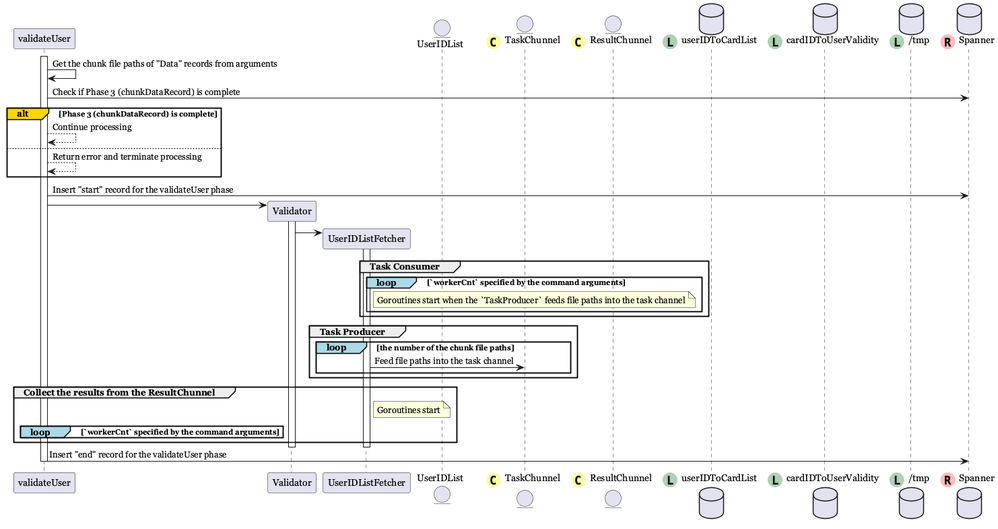
Earlier version of the PlantUML export en_validate_user.png (norun9/uml).
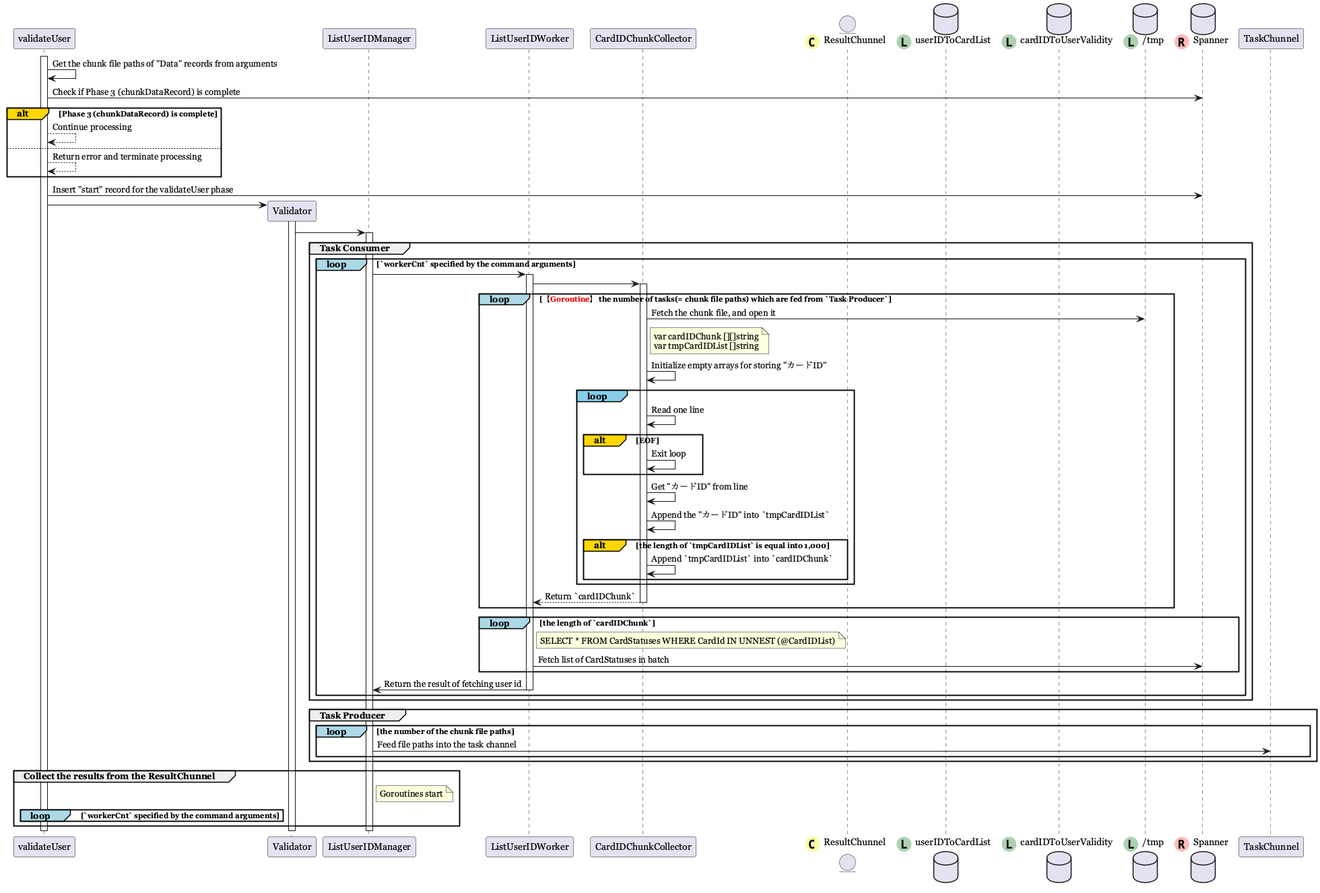
The same diagram one commit later.

Commit message:
once comit

The edit, as a diff of the source:
```diff
@@ -2,10 +2,9 @@
 skinparam defaultFontName Georgia
 participant validateUser
 participant Validator
-participant UserIDListFetcher
-
-entity UserIDList
-entity TaskChunnel << (C, #f8fca4) >>
+participant ListUserIDManager
+participant ListUserIDWorker
+participant CardIDChunkCollector
 entity ResultChunnel << (C, #f8fca4) >>
 
 database userIDToCardList << (L, #ADD1B2) >>
@@ -27,35 +26,60 @@
 validateUser -> Validator
 activate Validator
 
-create UserIDListFetcher
-
-Validator -> UserIDListFetcher
-activate UserIDListFetcher
+Validator -> ListUserIDManager
+activate ListUserIDManager
 group Task Consumer
     loop#LightBlue `workerCnt` specified by the command arguments
-        note right of UserIDListFetcher: Goroutines start when the `TaskProducer` feeds file paths into the task channel
+        ListUserIDManager -> ListUserIDWorker
+        activate ListUserIDWorker
+        ListUserIDWorker -> CardIDChunkCollector
+
+        loop#LightBlue 【<font color=red>Goroutine</font>】 the number of tasks(= chunk file paths) which are fed from `Task Producer`
+            activate CardIDChunkCollector
+            CardIDChunkCollector -> tmp: Fetch the chunk file, and open it
+
+            note right of CardIDChunkCollector : var cardIDChunk [][]string\nvar tmpCardIDList []string
+            CardIDChunkCollector -> CardIDChunkCollector: Initialize empty arrays for storing "カードID"
+            loop#SkyBlue
+                CardIDChunkCollector -> CardIDChunkCollector: Read one line
+                alt#Gold EOF
+                    CardIDChunkCollector -> CardIDChunkCollector: Exit loop
+                end
+                CardIDChunkCollector -> CardIDChunkCollector: Get "カードID" from line
+                CardIDChunkCollector -> CardIDChunkCollector: Append the "カードID" into `tmpCardIDList`
+                alt#Gold the length of `tmpCardIDList` is equal into 1,000
+                    CardIDChunkCollector -> CardIDChunkCollector: Append `tmpCardIDList` into `cardIDChunk`
+                end
+            end
+            CardIDChunkCollector --> ListUserIDWorker: Return `cardIDChunk`
+            deactivate CardIDChunkCollector
+        end
+        loop#LightBlue the length of `cardIDChunk`
+            note right of ListUserIDWorker: SELECT * FROM CardStatuses WHERE CardId IN UNNEST (@CardIDList)
+            ListUserIDWorker -> Spanner: Fetch list of CardStatuses in batch
+        end
+        ListUserIDWorker -> ListUserIDManager: Return the result of fetching user id
+        deactivate ListUserIDWorker
     end
 end
 
 group Task Producer
     loop#LightBlue the number of the chunk file paths
-        UserIDListFetcher -> TaskChunnel: Feed file paths into the task channel
+        ListUserIDManager -> TaskChunnel: Feed file paths into the task channel
     end
 end
 
 
 group Collect the results from the ResultChunnel
-    note right of UserIDListFetcher: Goroutines start
+    note right of ListUserIDManager: Goroutines start
     loop#LightBlue `workerCnt` specified by the command arguments
 
     end
 end
 
-deactivate UserIDListFetcher
+deactivate ListUserIDManager
 
 deactivate Validator
-
-validateUser -> Spanner: Insert "end" record for the validateUser phase
 
 deactivate validateUser
 
```
